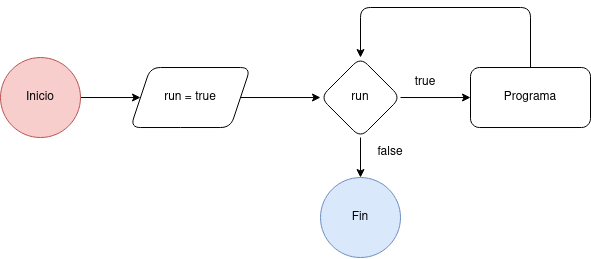
The draw.io diagram docs/resources/loop_inicio.png in Je12emy/proyecto_info_1, before a commit. Source tidied: cells renumbered, new cells last; positions are measured from the earlier drawing's top-left corner, leaving out a move shared by most shapes. The source it was exported from:
```xml
<mxGraphModel>
  <root>
    <mxCell id="0" />
    <mxCell id="1" parent="0" />
    <mxCell id="2" style="edgeStyle=orthogonalEdgeStyle;jettySize=auto;html=1;" parent="1" edge="1" source="3" target="5">
      <mxGeometry relative="1" as="geometry" />
    </mxCell>
    <mxCell id="3" value="Inicio" style="ellipse;whiteSpace=wrap;html=1;rounded=1;fillColor=#f8cecc;strokeColor=#b85450;" parent="1" vertex="1">
      <mxGeometry y="50" width="80" height="80" as="geometry" />
    </mxCell>
    <mxCell id="4" style="edgeStyle=orthogonalEdgeStyle;jettySize=auto;html=1;" parent="1" edge="1" source="5" target="8">
      <mxGeometry relative="1" as="geometry" />
    </mxCell>
    <mxCell id="5" value="run = true" style="shape=parallelogram;perimeter=parallelogramPerimeter;whiteSpace=wrap;html=1;fixedSize=1;rounded=1;" parent="1" vertex="1">
      <mxGeometry x="130" y="60" width="120" height="60" as="geometry" />
    </mxCell>
    <mxCell id="6" style="edgeStyle=orthogonalEdgeStyle;jettySize=auto;html=1;entryX=0;entryY=0.5;entryDx=0;entryDy=0;" parent="1" edge="1" source="8" target="10">
      <mxGeometry relative="1" as="geometry" />
    </mxCell>
    <mxCell id="7" style="edgeStyle=orthogonalEdgeStyle;rounded=1;jettySize=auto;html=1;entryX=0.5;entryY=0;entryDx=0;entryDy=0;" parent="1" edge="1" source="8" target="13">
      <mxGeometry relative="1" as="geometry" />
    </mxCell>
    <mxCell id="8" value="run" style="rhombus;whiteSpace=wrap;html=1;rounded=1;" parent="1" vertex="1">
      <mxGeometry x="320" y="50" width="80" height="80" as="geometry" />
    </mxCell>
    <mxCell id="9" style="edgeStyle=orthogonalEdgeStyle;rounded=1;jettySize=auto;html=1;" parent="1" edge="1" source="10" target="8">
      <mxGeometry relative="1" as="geometry">
        <Array as="points">
          <mxPoint x="530" />
          <mxPoint x="360" />
        </Array>
      </mxGeometry>
    </mxCell>
    <mxCell id="10" value="Programa" style="whiteSpace=wrap;html=1;rounded=1;" parent="1" vertex="1">
      <mxGeometry x="470" y="60" width="120" height="60" as="geometry" />
    </mxCell>
    <mxCell id="11" value="true" style="text;html=1;strokeColor=none;fillColor=none;align=center;verticalAlign=middle;whiteSpace=wrap;rounded=1;" parent="1" vertex="1">
      <mxGeometry x="395" y="60" width="60" height="30" as="geometry" />
    </mxCell>
    <mxCell id="12" value="false" style="text;html=1;strokeColor=none;fillColor=none;align=center;verticalAlign=middle;whiteSpace=wrap;rounded=1;" parent="1" vertex="1">
      <mxGeometry x="360" y="130" width="60" height="30" as="geometry" />
    </mxCell>
    <mxCell id="13" value="Fin" style="ellipse;whiteSpace=wrap;html=1;rounded=1;fillColor=#dae8fc;strokeColor=#6c8ebf;" parent="1" vertex="1">
      <mxGeometry x="320" y="170" width="80" height="80" as="geometry" />
    </mxCell>
  </root>
</mxGraphModel>
```
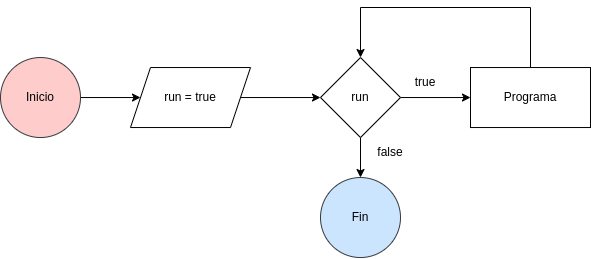
Above is the later version.

Commit message:
Fix typos and the main loop's drawio diagram design

What changed in the source:
```diff
@@ -2,28 +2,28 @@
   <root>
     <mxCell id="0" />
     <mxCell id="1" parent="0" />
-    <mxCell id="2" style="edgeStyle=orthogonalEdgeStyle;jettySize=auto;html=1;" parent="1" edge="1" source="3" target="5">
+    <mxCell id="2" style="edgeStyle=orthogonalEdgeStyle;jettySize=auto;html=1;rounded=0;" parent="1" edge="1" source="3" target="5">
       <mxGeometry relative="1" as="geometry" />
     </mxCell>
-    <mxCell id="3" value="Inicio" style="ellipse;whiteSpace=wrap;html=1;rounded=1;fillColor=#f8cecc;strokeColor=#b85450;" parent="1" vertex="1">
+    <mxCell id="3" value="Inicio" style="ellipse;whiteSpace=wrap;html=1;fillColor=#ffcccc;strokeColor=#36393d;rounded=0;" parent="1" vertex="1">
       <mxGeometry y="50" width="80" height="80" as="geometry" />
     </mxCell>
-    <mxCell id="4" style="edgeStyle=orthogonalEdgeStyle;jettySize=auto;html=1;" parent="1" edge="1" source="5" target="8">
+    <mxCell id="4" style="edgeStyle=orthogonalEdgeStyle;jettySize=auto;html=1;rounded=0;" parent="1" edge="1" source="5" target="8">
       <mxGeometry relative="1" as="geometry" />
     </mxCell>
-    <mxCell id="5" value="run = true" style="shape=parallelogram;perimeter=parallelogramPerimeter;whiteSpace=wrap;html=1;fixedSize=1;rounded=1;" parent="1" vertex="1">
+    <mxCell id="5" value="run = true" style="shape=parallelogram;perimeter=parallelogramPerimeter;whiteSpace=wrap;html=1;fixedSize=1;rounded=0;" parent="1" vertex="1">
       <mxGeometry x="130" y="60" width="120" height="60" as="geometry" />
     </mxCell>
-    <mxCell id="6" style="edgeStyle=orthogonalEdgeStyle;jettySize=auto;html=1;entryX=0;entryY=0.5;entryDx=0;entryDy=0;" parent="1" edge="1" source="8" target="10">
+    <mxCell id="6" style="edgeStyle=orthogonalEdgeStyle;jettySize=auto;html=1;entryX=0;entryY=0.5;entryDx=0;entryDy=0;rounded=0;" parent="1" edge="1" source="8" target="10">
       <mxGeometry relative="1" as="geometry" />
     </mxCell>
-    <mxCell id="7" style="edgeStyle=orthogonalEdgeStyle;rounded=1;jettySize=auto;html=1;entryX=0.5;entryY=0;entryDx=0;entryDy=0;" parent="1" edge="1" source="8" target="13">
+    <mxCell id="7" style="edgeStyle=orthogonalEdgeStyle;jettySize=auto;html=1;entryX=0.5;entryY=0;entryDx=0;entryDy=0;rounded=0;" parent="1" edge="1" source="8" target="13">
       <mxGeometry relative="1" as="geometry" />
     </mxCell>
-    <mxCell id="8" value="run" style="rhombus;whiteSpace=wrap;html=1;rounded=1;" parent="1" vertex="1">
+    <mxCell id="8" value="run" style="rhombus;whiteSpace=wrap;html=1;rounded=0;" parent="1" vertex="1">
       <mxGeometry x="320" y="50" width="80" height="80" as="geometry" />
     </mxCell>
-    <mxCell id="9" style="edgeStyle=orthogonalEdgeStyle;rounded=1;jettySize=auto;html=1;" parent="1" edge="1" source="10" target="8">
+    <mxCell id="9" style="edgeStyle=orthogonalEdgeStyle;jettySize=auto;html=1;rounded=0;" parent="1" edge="1" source="10" target="8">
       <mxGeometry relative="1" as="geometry">
         <Array as="points">
           <mxPoint x="530" />
@@ -31,16 +31,16 @@
         </Array>
       </mxGeometry>
     </mxCell>
-    <mxCell id="10" value="Programa" style="whiteSpace=wrap;html=1;rounded=1;" parent="1" vertex="1">
+    <mxCell id="10" value="Programa" style="whiteSpace=wrap;html=1;rounded=0;" parent="1" vertex="1">
       <mxGeometry x="470" y="60" width="120" height="60" as="geometry" />
     </mxCell>
-    <mxCell id="11" value="true" style="text;html=1;strokeColor=none;fillColor=none;align=center;verticalAlign=middle;whiteSpace=wrap;rounded=1;" parent="1" vertex="1">
+    <mxCell id="11" value="true" style="text;html=1;strokeColor=none;fillColor=none;align=center;verticalAlign=middle;whiteSpace=wrap;rounded=0;" parent="1" vertex="1">
       <mxGeometry x="395" y="60" width="60" height="30" as="geometry" />
     </mxCell>
-    <mxCell id="12" value="false" style="text;html=1;strokeColor=none;fillColor=none;align=center;verticalAlign=middle;whiteSpace=wrap;rounded=1;" parent="1" vertex="1">
+    <mxCell id="12" value="false" style="text;html=1;strokeColor=none;fillColor=none;align=center;verticalAlign=middle;whiteSpace=wrap;rounded=0;" parent="1" vertex="1">
       <mxGeometry x="360" y="130" width="60" height="30" as="geometry" />
     </mxCell>
-    <mxCell id="13" value="Fin" style="ellipse;whiteSpace=wrap;html=1;rounded=1;fillColor=#dae8fc;strokeColor=#6c8ebf;" parent="1" vertex="1">
+    <mxCell id="13" value="Fin" style="ellipse;whiteSpace=wrap;html=1;fillColor=#cce5ff;strokeColor=#36393d;rounded=0;" parent="1" vertex="1">
       <mxGeometry x="320" y="170" width="80" height="80" as="geometry" />
     </mxCell>
   </root>
```
